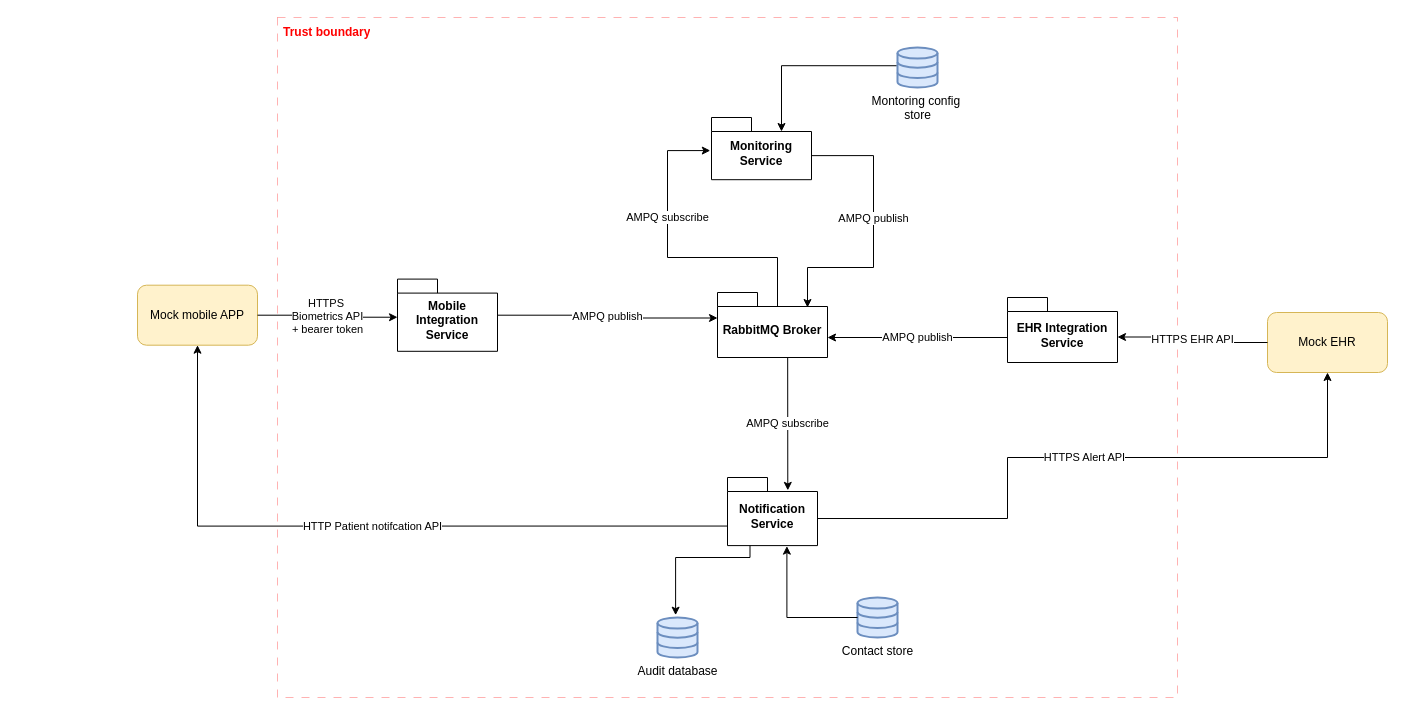
The draw.io diagram docs/CC view.drawio in AlbertPerezB/CagHome, before the edit. Source tidied: cells renumbered, new cells numbered last; positions are measured from the earlier drawing's top-left corner, leaving out a move shared by most shapes. Both pictures are drawn from the tidied source at 100%, with x=0, y=0 at pixel (137, 17).
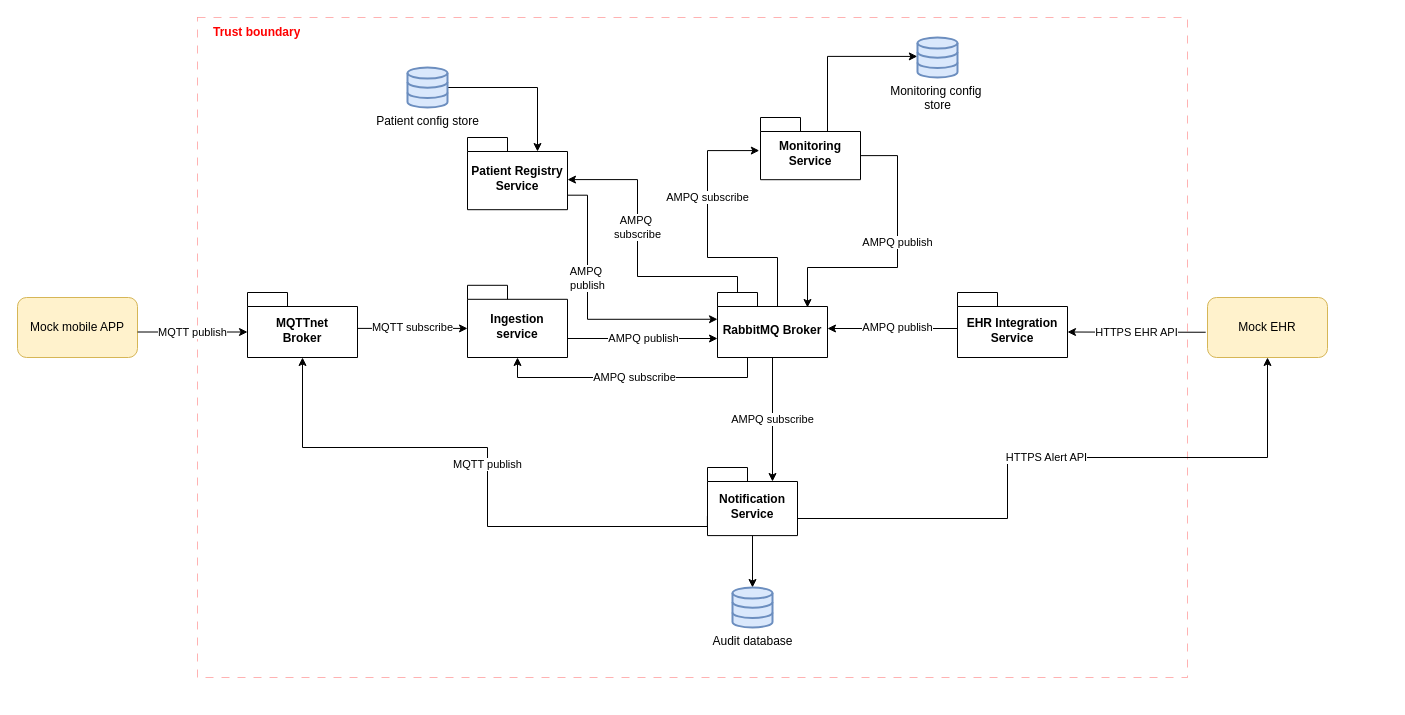
The same page after the edit.

Commit message (it also covers changes not shown here):
update diagram and gitignore

The change refers to these unchanged cells:
```xml
<mxCell id="6" value="RabbitMQ Broker" style="shape=folder;fontStyle=1;spacingTop=10;tabWidth=40;tabHeight=14;tabPosition=left;html=1;whiteSpace=wrap;" parent="1" vertex="1">
  <mxGeometry x="580" y="275" width="110" height="65" as="geometry" />
</mxCell>
```

What changed in the source:
```diff
@@
     <mxCell id="2" style="rounded=0;whiteSpace=wrap;html=1;fillColor=none;strokeColor=#FF0000;shadow=0;glass=0;opacity=30;dashed=1;dashPattern=8 8;" parent="1" vertex="1">
-      <mxGeometry x="140" width="900" height="680" as="geometry" />
+      <mxGeometry x="60" width="990" height="660" as="geometry" />
     </mxCell>
-    <mxCell id="3" value="Mobile Integration Service" style="shape=folder;fontStyle=1;spacingTop=10;tabWidth=40;tabHeight=14;tabPosition=left;html=1;whiteSpace=wrap;" parent="1" vertex="1">
-      <mxGeometry x="260" y="261.6" width="100" height="72.2" as="geometry" />
+    <mxCell id="3" value="Ingestion service" style="shape=folder;fontStyle=1;spacingTop=10;tabWidth=40;tabHeight=14;tabPosition=left;html=1;whiteSpace=wrap;" parent="1" vertex="1">
+      <mxGeometry x="330" y="267.8" width="100" height="72.2" as="geometry" />
     </mxCell>
     <mxCell id="4" value="HTTPS Alert API" style="edgeStyle=orthogonalEdgeStyle;rounded=0;jettySize=auto;html=1;entryX=0.5;entryY=1;entryDx=0;entryDy=0;exitX=0;exitY=0;exitDx=90;exitDy=41.035;exitPerimeter=0;" parent="1" edge="1" source="5" target="14">
       <mxGeometry relative="1" as="geometry">
         <Array as="points">
           <mxPoint x="870" y="501" />
           <mxPoint x="870" y="440" />
-          <mxPoint x="1190" y="440" />
+          <mxPoint x="1130" y="440" />
         </Array>
       </mxGeometry>
     </mxCell>
+    <mxCell id="20" style="edgeStyle=orthogonalEdgeStyle;rounded=0;jettySize=auto;html=1;" parent="1" edge="1" source="5" target="19">
+      <mxGeometry relative="1" as="geometry" />
+    </mxCell>
     <mxCell id="5" value="Notification Service" style="shape=folder;fontStyle=1;spacingTop=10;tabWidth=40;tabHeight=14;tabPosition=left;html=1;whiteSpace=wrap;" parent="1" vertex="1">
-      <mxGeometry x="590" y="460" width="90" height="68.1" as="geometry" />
+      <mxGeometry x="570" y="450" width="90" height="68.1" as="geometry" />
     </mxCell>
@@
-    <mxCell id="7" value="&lt;span style=&quot;color: rgb(0, 0, 0); font-family: Helvetica; font-size: 11px; font-style: normal; font-variant-ligatures: normal; font-variant-caps: normal; font-weight: 400; letter-spacing: normal; orphans: 2; text-align: center; text-indent: 0px; text-transform: none; widows: 2; word-spacing: 0px; -webkit-text-stroke-width: 0px; white-space: nowrap; background-color: rgb(255, 255, 255); text-decoration-thickness: initial; text-decoration-style: initial; text-decoration-color: initial; display: inline !important; float: none;&quot;&gt;AMPQ publish&lt;/span&gt;" style="edgeStyle=orthogonalEdgeStyle;rounded=0;jettySize=auto;html=1;entryX=0;entryY=0;entryDx=0;entryDy=25.5;entryPerimeter=0;" parent="1" edge="1" source="3" target="6">
-      <mxGeometry relative="1" as="geometry" />
+    <mxCell id="7" value="&lt;span style=&quot;color: rgb(0, 0, 0); font-family: Helvetica; font-size: 11px; font-style: normal; font-variant-ligatures: normal; font-variant-caps: normal; font-weight: 400; letter-spacing: normal; orphans: 2; text-align: center; text-indent: 0px; text-transform: none; widows: 2; word-spacing: 0px; -webkit-text-stroke-width: 0px; white-space: nowrap; background-color: rgb(255, 255, 255); text-decoration-thickness: initial; text-decoration-style: initial; text-decoration-color: initial; display: inline !important; float: none;&quot;&gt;AMPQ publish&lt;/span&gt;" style="edgeStyle=orthogonalEdgeStyle;rounded=0;orthogonalLoop=1;jettySize=auto;html=1;" parent="1" edge="1">
+      <mxGeometry x="0.01" relative="1" as="geometry">
+        <mxPoint x="430" y="321" as="sourcePoint" />
+        <mxPoint x="580" y="321" as="targetPoint" />
+        <Array as="points">
+          <mxPoint x="580" y="321" />
+        </Array>
+      </mxGeometry>
     </mxCell>
-    <mxCell id="8" style="edgeStyle=orthogonalEdgeStyle;rounded=0;jettySize=auto;html=1;exitX=-0.017;exitY=0.456;exitDx=0;exitDy=0;exitPerimeter=0;entryX=0;entryY=0;entryDx=70;entryDy=14;entryPerimeter=0;" parent="1" edge="1" source="9" target="10">
+    <mxCell id="8" style="edgeStyle=orthogonalEdgeStyle;rounded=0;jettySize=auto;html=1;exitX=1;exitY=0.5;exitDx=0;exitDy=0;exitPerimeter=0;entryX=0;entryY=0;entryDx=70;entryDy=14;entryPerimeter=0;" parent="1" edge="1" source="9" target="26">
       <mxGeometry x="-0.27" y="2" relative="1" as="geometry" />
     </mxCell>
-    <mxCell id="9" value="Montoring config&amp;nbsp;&lt;div&gt;store&lt;/div&gt;&lt;div&gt;&lt;br&gt;&lt;/div&gt;" style="html=1;verticalLabelPosition=bottom;align=center;labelBackgroundColor=#ffffff;verticalAlign=top;strokeWidth=2;strokeColor=#6c8ebf;shadow=0;dashed=0;shape=mxgraph.ios7.icons.data;fillColor=#dae8fc;" parent="1" vertex="1">
-      <mxGeometry x="760" y="30" width="40" height="40" as="geometry" />
+    <mxCell id="9" value="Patient config store" style="html=1;verticalLabelPosition=bottom;align=center;labelBackgroundColor=#ffffff;verticalAlign=top;strokeWidth=2;strokeColor=#6c8ebf;shadow=0;dashed=0;shape=mxgraph.ios7.icons.data;fillColor=#dae8fc;" parent="1" vertex="1">
+      <mxGeometry x="270" y="50" width="40" height="40" as="geometry" />
     </mxCell>
     <mxCell id="10" value="Monitoring Service" style="shape=folder;fontStyle=1;spacingTop=10;tabWidth=40;tabHeight=14;tabPosition=left;html=1;whiteSpace=wrap;" parent="1" vertex="1">
-      <mxGeometry x="574" y="100" width="100" height="62.2" as="geometry" />
+      <mxGeometry x="623" y="100" width="100" height="62.2" as="geometry" />
     </mxCell>
     <mxCell id="11" value="AMPQ publish" style="edgeStyle=orthogonalEdgeStyle;rounded=0;jettySize=auto;html=1;exitX=0;exitY=0;exitDx=100;exitDy=38.125;exitPerimeter=0;" parent="1" edge="1" source="10">
       <mxGeometry x="-0.11" relative="1" as="geometry">
         <mxPoint x="670" y="290" as="targetPoint" />
         <Array as="points">
-          <mxPoint x="736" y="138" />
-          <mxPoint x="736" y="250" />
+          <mxPoint x="760" y="138" />
+          <mxPoint x="760" y="250" />
           <mxPoint x="670" y="250" />
         </Array>
       </mxGeometry>
     </mxCell>
-    <mxCell id="12" value="HTTP Patient notifcation API" style="edgeStyle=orthogonalEdgeStyle;rounded=0;jettySize=auto;html=1;exitX=-0.001;exitY=0.713;exitDx=0;exitDy=0;exitPerimeter=0;entryX=0.5;entryY=1;entryDx=0;entryDy=0;" parent="1" edge="1" source="5" target="13">
-      <mxGeometry relative="1" as="geometry" />
+    <mxCell id="12" value="MQTT publish" style="edgeStyle=orthogonalEdgeStyle;rounded=0;jettySize=auto;html=1;exitX=-0.001;exitY=0.713;exitDx=0;exitDy=0;exitPerimeter=0;entryX=0.5;entryY=1;entryDx=0;entryDy=0;entryPerimeter=0;" parent="1" edge="1" source="5" target="28">
+      <mxGeometry relative="1" as="geometry">
+        <Array as="points">
+          <mxPoint x="350" y="509" />
+          <mxPoint x="350" y="430" />
+          <mxPoint x="165" y="430" />
+        </Array>
+      </mxGeometry>
     </mxCell>
     <mxCell id="13" value="Mock mobile APP" style="rounded=1;whiteSpace=wrap;html=1;fillColor=#fff2cc;strokeColor=#d6b656;" parent="1" vertex="1">
-      <mxGeometry y="267.7" width="120" height="60" as="geometry" />
+      <mxGeometry x="-120" y="280" width="120" height="60" as="geometry" />
     </mxCell>
     <mxCell id="14" value="Mock EHR" style="rounded=1;whiteSpace=wrap;html=1;fillColor=#fff2cc;strokeColor=#d6b656;" parent="1" vertex="1">
-      <mxGeometry x="1130" y="295" width="120" height="60" as="geometry" />
+      <mxGeometry x="1070" y="280" width="120" height="60" as="geometry" />
     </mxCell>
-    <mxCell id="15" value="HTTPS&amp;nbsp;&lt;div&gt;Biometrics API&lt;/div&gt;&lt;div&gt;+ bearer token&lt;/div&gt;" style="edgeStyle=orthogonalEdgeStyle;rounded=0;jettySize=auto;html=1;entryX=0;entryY=0;entryDx=0;entryDy=38.125;entryPerimeter=0;" parent="1" edge="1" source="13" target="3">
-      <mxGeometry relative="1" as="geometry" />
+    <mxCell id="15" value="MQTT publish" style="edgeStyle=orthogonalEdgeStyle;rounded=0;jettySize=auto;html=1;entryX=0;entryY=0;entryDx=0;entryDy=39.5;entryPerimeter=0;" parent="1" edge="1" source="13" target="28">
+      <mxGeometry relative="1" as="geometry">
+        <Array as="points">
+          <mxPoint x="55" y="315" />
+        </Array>
+      </mxGeometry>
     </mxCell>
     <mxCell id="16" value="AMPQ subscribe" style="edgeStyle=orthogonalEdgeStyle;rounded=0;jettySize=auto;html=1;entryX=-0.012;entryY=0.532;entryDx=0;entryDy=0;entryPerimeter=0;" parent="1" edge="1" target="10">
       <mxGeometry x="0.29" relative="1" as="geometry">
         <mxPoint x="640" y="289" as="sourcePoint" />
         <Array as="points">
           <mxPoint x="640" y="240" />
-          <mxPoint x="530" y="240" />
-          <mxPoint x="530" y="133" />
+          <mxPoint x="570" y="240" />
+          <mxPoint x="570" y="133" />
         </Array>
       </mxGeometry>
     </mxCell>
-    <mxCell id="17" value="AMPQ subscribe" style="edgeStyle=orthogonalEdgeStyle;rounded=0;jettySize=auto;html=1;entryX=0.67;entryY=0.189;entryDx=0;entryDy=0;entryPerimeter=0;exitX=0.638;exitY=1.001;exitDx=0;exitDy=0;exitPerimeter=0;" parent="1" edge="1" source="6" target="5">
-      <mxGeometry relative="1" as="geometry">
-        <Array as="points">
-          <mxPoint x="650" y="340" />
-        </Array>
-      </mxGeometry>
-    </mxCell>
-    <mxCell id="18" value="Contact store" style="html=1;verticalLabelPosition=bottom;align=center;labelBackgroundColor=#ffffff;verticalAlign=top;strokeWidth=2;strokeColor=#6c8ebf;shadow=0;dashed=0;shape=mxgraph.ios7.icons.data;fillColor=#dae8fc;" parent="1" vertex="1">
-      <mxGeometry x="720" y="580" width="40" height="40" as="geometry" />
-    </mxCell>
     <mxCell id="19" value="Audit database" style="html=1;verticalLabelPosition=bottom;align=center;labelBackgroundColor=#ffffff;verticalAlign=top;strokeWidth=2;strokeColor=#6c8ebf;shadow=0;dashed=0;shape=mxgraph.ios7.icons.data;fillColor=#dae8fc;" parent="1" vertex="1">
-      <mxGeometry x="520" y="600" width="40" height="40" as="geometry" />
+      <mxGeometry x="595" y="570" width="40" height="40" as="geometry" />
     </mxCell>
-    <mxCell id="20" style="edgeStyle=orthogonalEdgeStyle;rounded=0;jettySize=auto;html=1;entryX=0.453;entryY=-0.058;entryDx=0;entryDy=0;entryPerimeter=0;exitX=0.25;exitY=1;exitDx=0;exitDy=0;exitPerimeter=0;" parent="1" edge="1" source="5" target="19">
-      <mxGeometry relative="1" as="geometry">
-        <Array as="points">
-          <mxPoint x="613" y="540" />
-          <mxPoint x="538" y="540" />
-        </Array>
-      </mxGeometry>
-    </mxCell>
     <mxCell id="21" value="EHR Integration Service" style="shape=folder;fontStyle=1;spacingTop=10;tabWidth=40;tabHeight=14;tabPosition=left;html=1;whiteSpace=wrap;" parent="1" vertex="1">
-      <mxGeometry x="870" y="280" width="110" height="65" as="geometry" />
+      <mxGeometry x="820" y="275" width="110" height="65" as="geometry" />
     </mxCell>
-    <mxCell id="22" value="HTTPS EHR API" style="edgeStyle=orthogonalEdgeStyle;rounded=0;jettySize=auto;html=1;entryX=0;entryY=0;entryDx=110;entryDy=39.5;entryPerimeter=0;" parent="1" edge="1" source="14" target="21">
-      <mxGeometry relative="1" as="geometry" />
+    <mxCell id="22" value="HTTPS EHR API" style="edgeStyle=orthogonalEdgeStyle;rounded=0;jettySize=auto;html=1;entryX=0;entryY=0;entryDx=110;entryDy=39.5;entryPerimeter=0;exitX=-0.015;exitY=0.579;exitDx=0;exitDy=0;exitPerimeter=0;" parent="1" edge="1" source="14" target="21">
+      <mxGeometry x="-0.01" relative="1" as="geometry" />
     </mxCell>
-    <mxCell id="23" value="AMPQ publish" style="edgeStyle=orthogonalEdgeStyle;rounded=0;jettySize=auto;html=1;" parent="1" edge="1" source="21">
-      <mxGeometry relative="1" as="geometry">
-        <mxPoint x="690" y="320" as="targetPoint" />
+    <mxCell id="23" value="AMPQ publish" style="edgeStyle=orthogonalEdgeStyle;rounded=0;orthogonalLoop=1;jettySize=auto;html=1;" parent="1" edge="1">
+      <mxGeometry x="-0.08" y="-1" relative="1" as="geometry">
+        <mxPoint x="820" y="311" as="sourcePoint" />
+        <mxPoint x="690" y="311" as="targetPoint" />
         <Array as="points">
-          <mxPoint x="750" y="320" />
-          <mxPoint x="750" y="320" />
+          <mxPoint x="760" y="311" />
+          <mxPoint x="760" y="311" />
         </Array>
       </mxGeometry>
     </mxCell>
-    <mxCell id="24" style="edgeStyle=orthogonalEdgeStyle;rounded=0;jettySize=auto;html=1;entryX=0.66;entryY=1.008;entryDx=0;entryDy=0;entryPerimeter=0;" parent="1" edge="1" source="18" target="5">
-      <mxGeometry relative="1" as="geometry" />
-    </mxCell>
     <mxCell id="25" value="&lt;b&gt;&lt;font style=&quot;color: rgb(255, 0, 0);&quot;&gt;Trust boundary&lt;/font&gt;&lt;/b&gt;" style="text;strokeColor=none;fillColor=none;align=left;verticalAlign=middle;spacingLeft=4;spacingRight=4;overflow=hidden;whiteSpace=wrap;html=1;fontColor=light-dark(#4eae4e, #ededed);" parent="1" vertex="1">
-      <mxGeometry x="140" width="120" height="30" as="geometry" />
+      <mxGeometry x="70" width="120" height="30" as="geometry" />
     </mxCell>
+    <mxCell id="26" value="Patient Registry Service" style="shape=folder;fontStyle=1;spacingTop=10;tabWidth=40;tabHeight=14;tabPosition=left;html=1;whiteSpace=wrap;" parent="1" vertex="1">
+      <mxGeometry x="330" y="120" width="100" height="72.2" as="geometry" />
+    </mxCell>
+    <mxCell id="27" value="AMPQ&amp;nbsp;&lt;div&gt;subscribe&lt;/div&gt;" style="edgeStyle=orthogonalEdgeStyle;rounded=0;jettySize=auto;html=1;entryX=0;entryY=0;entryDx=100;entryDy=43.125;entryPerimeter=0;exitX=0;exitY=0;exitDx=20;exitDy=0;exitPerimeter=0;" parent="1" edge="1" source="6">
+      <mxGeometry x="0.17" relative="1" as="geometry">
+        <mxPoint x="430" y="162.1" as="targetPoint" />
+        <Array as="points">
+          <mxPoint x="600" y="259" />
+          <mxPoint x="500" y="259" />
+          <mxPoint x="500" y="162" />
+        </Array>
+      </mxGeometry>
+    </mxCell>
+    <mxCell id="28" value="MQTTnet&lt;div&gt;Broker&lt;/div&gt;" style="shape=folder;fontStyle=1;spacingTop=10;tabWidth=40;tabHeight=14;tabPosition=left;html=1;whiteSpace=wrap;" parent="1" vertex="1">
+      <mxGeometry x="110" y="275" width="110" height="65" as="geometry" />
+    </mxCell>
+    <mxCell id="29" value="MQTT subscribe" style="edgeStyle=orthogonalEdgeStyle;rounded=0;jettySize=auto;html=1;entryX=0;entryY=0;entryDx=0;entryDy=43.125;entryPerimeter=0;" parent="1" edge="1" source="28" target="3">
+      <mxGeometry y="1" relative="1" as="geometry">
+        <Array as="points">
+          <mxPoint x="275" y="310" />
+        </Array>
+      </mxGeometry>
+    </mxCell>
+    <mxCell id="17" value="AMPQ subscribe" style="edgeStyle=orthogonalEdgeStyle;rounded=0;jettySize=auto;html=1;entryX=0;entryY=0;entryDx=65;entryDy=14;entryPerimeter=0;" parent="1" edge="1" source="6" target="5">
+      <mxGeometry relative="1" as="geometry" />
+    </mxCell>
+    <mxCell id="30" value="Monitoring config&amp;nbsp;&lt;div&gt;store&lt;/div&gt;" style="html=1;verticalLabelPosition=bottom;align=center;labelBackgroundColor=#ffffff;verticalAlign=top;strokeWidth=2;strokeColor=#6c8ebf;shadow=0;dashed=0;shape=mxgraph.ios7.icons.data;fillColor=#dae8fc;" parent="1" vertex="1">
+      <mxGeometry x="780" y="20" width="40" height="40" as="geometry" />
+    </mxCell>
+    <mxCell id="31" style="edgeStyle=orthogonalEdgeStyle;rounded=0;jettySize=auto;html=1;entryX=-0.005;entryY=0.473;entryDx=0;entryDy=0;entryPerimeter=0;exitX=0;exitY=0;exitDx=70;exitDy=14;exitPerimeter=0;" parent="1" edge="1" source="10" target="30">
+      <mxGeometry relative="1" as="geometry">
+        <Array as="points">
+          <mxPoint x="690" y="114" />
+          <mxPoint x="690" y="39" />
+        </Array>
+      </mxGeometry>
+    </mxCell>
+    <mxCell id="32" value="AMPQ&amp;nbsp;&lt;div&gt;publish&lt;/div&gt;" style="edgeStyle=orthogonalEdgeStyle;rounded=0;jettySize=auto;html=1;entryX=0;entryY=0;entryDx=0;entryDy=26.75;entryPerimeter=0;exitX=0;exitY=0;exitDx=100;exitDy=57.6875;exitPerimeter=0;" parent="1" edge="1" source="26" target="6">
+      <mxGeometry x="-0.25" relative="1" as="geometry">
+        <Array as="points">
+          <mxPoint x="450" y="178" />
+          <mxPoint x="450" y="302" />
+        </Array>
+      </mxGeometry>
+    </mxCell>
+    <mxCell id="33" value="AMPQ subscribe" style="edgeStyle=orthogonalEdgeStyle;rounded=0;jettySize=auto;html=1;entryX=0.5;entryY=1;entryDx=0;entryDy=0;entryPerimeter=0;exitX=0.25;exitY=1;exitDx=0;exitDy=0;exitPerimeter=0;" parent="1" edge="1" source="6" target="3">
+      <mxGeometry relative="1" as="geometry">
+        <Array as="points">
+          <mxPoint x="610" y="340" />
+          <mxPoint x="610" y="360" />
+          <mxPoint x="380" y="360" />
+        </Array>
+      </mxGeometry>
+    </mxCell>
```
